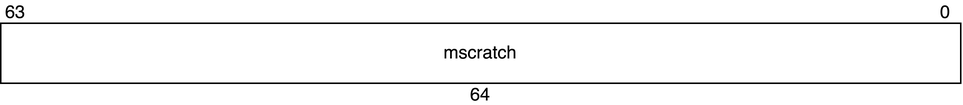
This is basic/images/20-mmode-csr/mscratch.png from nananapo/veryl-riscv-book, a draw.io export, as it was before one commit. Source tidied: cells renumbered, new cells last; positions are measured from the earlier drawing's top-left corner, leaving out a move shared by most shapes. The source it was exported from:
```xml
<mxGraphModel>
  <root>
    <mxCell id="0" />
    <mxCell id="1" parent="0" />
    <mxCell id="2" style="rounded=0;whiteSpace=wrap;html=1;" parent="1" vertex="1">
      <mxGeometry y="15" width="640" height="40" as="geometry" />
    </mxCell>
    <mxCell id="3" value="0" style="text;html=1;align=center;verticalAlign=middle;whiteSpace=wrap;rounded=0;" parent="1" vertex="1">
      <mxGeometry x="620" width="20" height="15" as="geometry" />
    </mxCell>
    <mxCell id="4" value="63" style="text;html=1;align=center;verticalAlign=middle;whiteSpace=wrap;rounded=0;" parent="1" vertex="1">
      <mxGeometry width="20" height="15" as="geometry" />
    </mxCell>
    <mxCell id="5" value="mscratch" style="text;html=1;align=center;verticalAlign=middle;whiteSpace=wrap;rounded=0;" parent="1" vertex="1">
      <mxGeometry x="310" y="27.5" width="20" height="15" as="geometry" />
    </mxCell>
    <mxCell id="6" value="64" style="text;html=1;align=center;verticalAlign=middle;whiteSpace=wrap;rounded=0;" parent="1" vertex="1">
      <mxGeometry x="310" y="55" width="20" height="15" as="geometry" />
    </mxCell>
  </root>
</mxGraphModel>
```
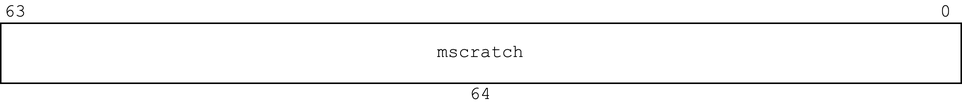
The same file after the commit.

Change to the diagram source:
```diff
@@ -2,19 +2,19 @@
   <root>
     <mxCell id="0" />
     <mxCell id="1" parent="0" />
-    <mxCell id="2" style="rounded=0;whiteSpace=wrap;html=1;" parent="1" vertex="1">
+    <mxCell id="2" style="rounded=0;whiteSpace=wrap;html=1;fontFamily=Courier New;" parent="1" vertex="1">
       <mxGeometry y="15" width="640" height="40" as="geometry" />
     </mxCell>
-    <mxCell id="3" value="0" style="text;html=1;align=center;verticalAlign=middle;whiteSpace=wrap;rounded=0;" parent="1" vertex="1">
+    <mxCell id="3" value="0" style="text;html=1;align=center;verticalAlign=middle;whiteSpace=wrap;rounded=0;fontFamily=Courier New;" parent="1" vertex="1">
       <mxGeometry x="620" width="20" height="15" as="geometry" />
     </mxCell>
-    <mxCell id="4" value="63" style="text;html=1;align=center;verticalAlign=middle;whiteSpace=wrap;rounded=0;" parent="1" vertex="1">
+    <mxCell id="4" value="63" style="text;html=1;align=center;verticalAlign=middle;whiteSpace=wrap;rounded=0;fontFamily=Courier New;" parent="1" vertex="1">
       <mxGeometry width="20" height="15" as="geometry" />
     </mxCell>
-    <mxCell id="5" value="mscratch" style="text;html=1;align=center;verticalAlign=middle;whiteSpace=wrap;rounded=0;" parent="1" vertex="1">
+    <mxCell id="5" value="mscratch" style="text;html=1;align=center;verticalAlign=middle;whiteSpace=wrap;rounded=0;fontFamily=Courier New;" parent="1" vertex="1">
       <mxGeometry x="310" y="27.5" width="20" height="15" as="geometry" />
     </mxCell>
-    <mxCell id="6" value="64" style="text;html=1;align=center;verticalAlign=middle;whiteSpace=wrap;rounded=0;" parent="1" vertex="1">
+    <mxCell id="6" value="64" style="text;html=1;align=center;verticalAlign=middle;whiteSpace=wrap;rounded=0;fontFamily=Courier New;" parent="1" vertex="1">
       <mxGeometry x="310" y="55" width="20" height="15" as="geometry" />
     </mxCell>
   </root>
```
